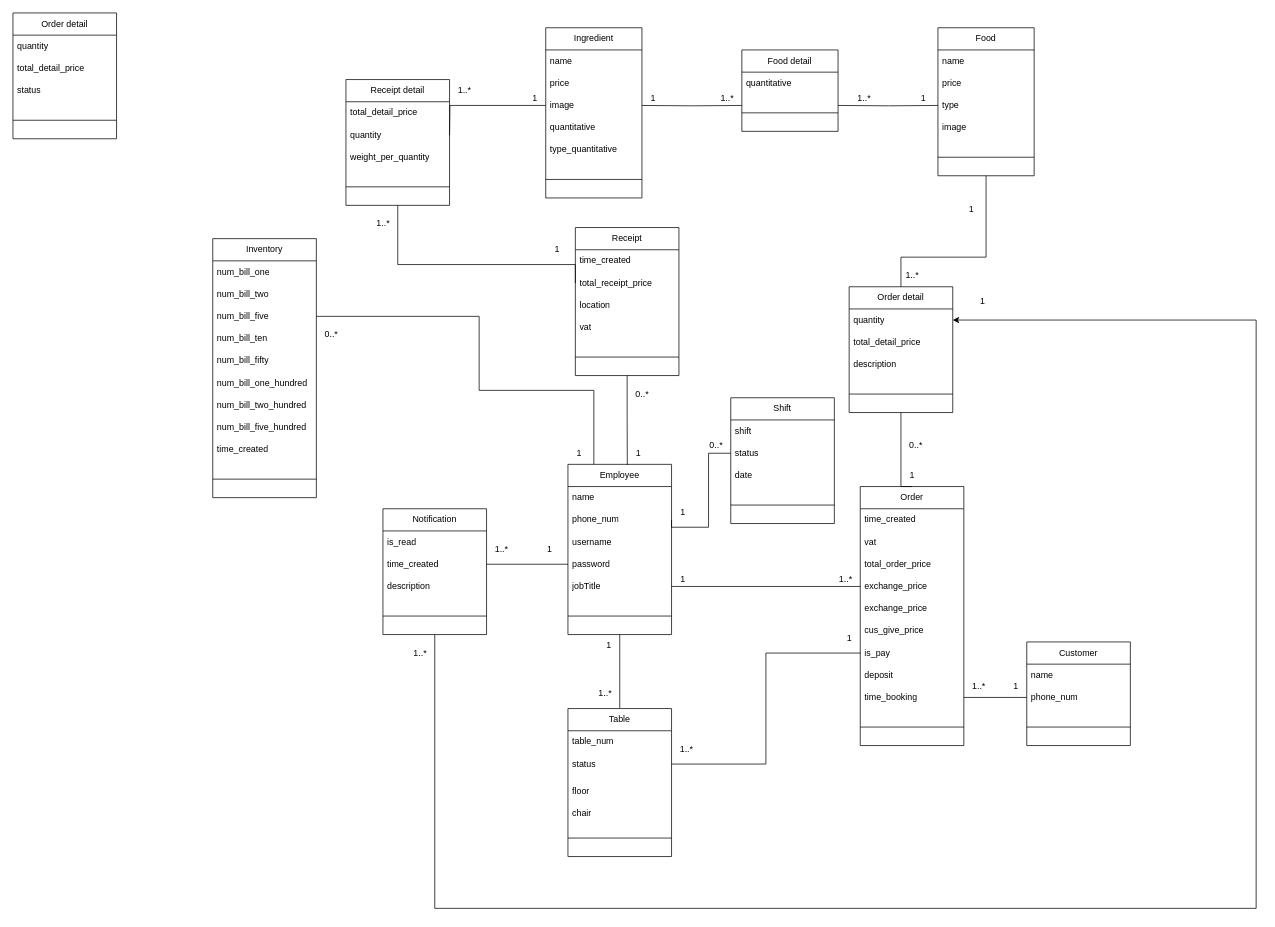
Before: class-diagram.drawio in MaiNhatHoangY2001/HLFood, a draw.io diagram. Source tidied: cells renumbered, new cells numbered last; positions are measured from the earlier drawing's top-left corner, leaving out a move shared by most shapes. Both pictures are drawn from the tidied source at 74%, with x=0, y=0 at pixel (13, 13).
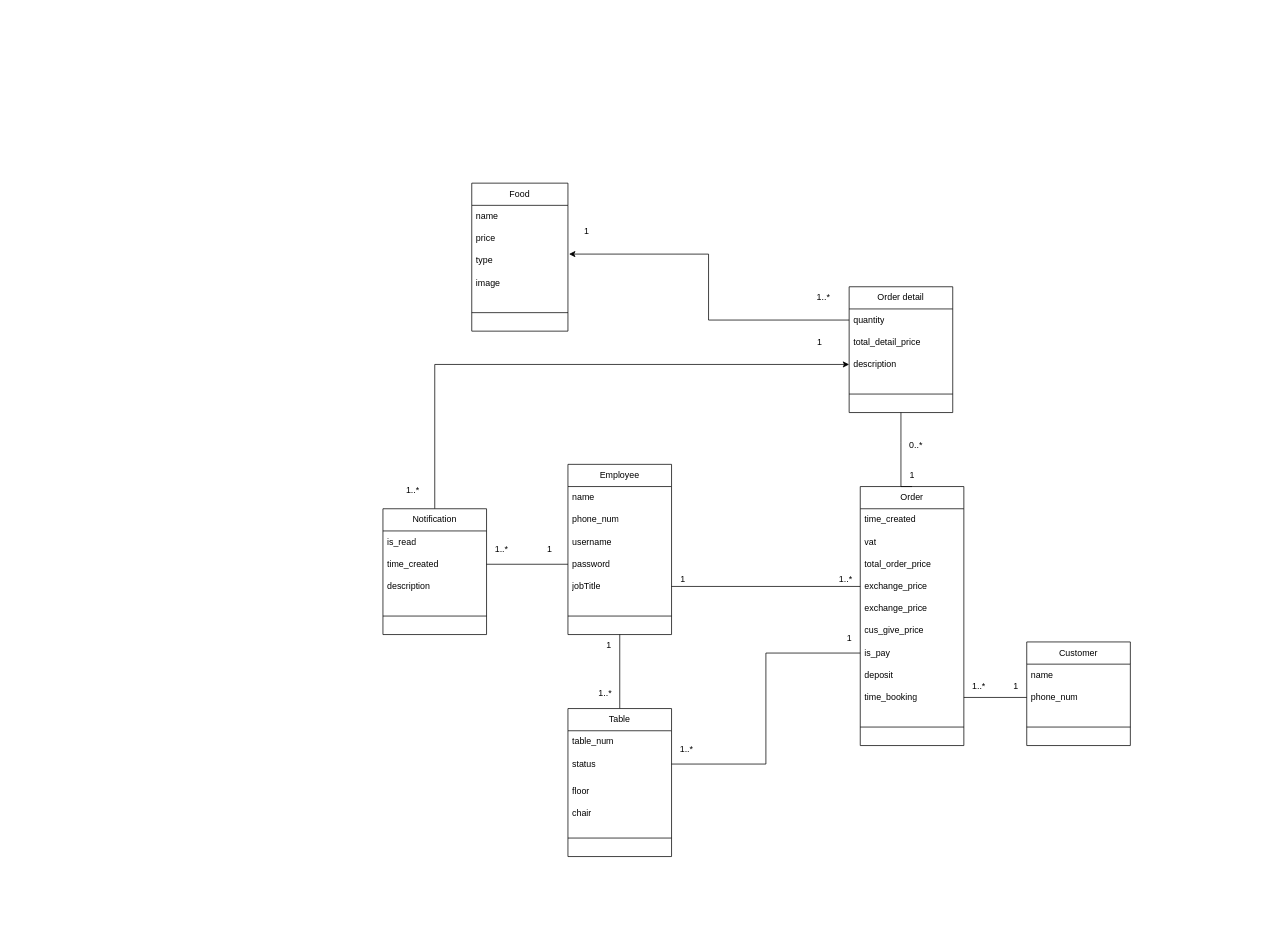
Above is the later version.

Commit message:
Cập nhật class-diagram.drawio

The change refers to these unchanged cells:
```xml
<mxCell id="2" value="Employee" style="swimlane;fontStyle=0;horizontal=1;startSize=30;whiteSpace=wrap;html=1;" parent="1" vertex="1">
  <mxGeometry x="750" y="610" width="140" height="230" as="geometry" />
</mxCell>
<mxCell id="4" value="phone_num" style="text;strokeColor=none;fillColor=none;align=left;verticalAlign=middle;spacingLeft=4;spacingRight=4;overflow=hidden;points=[[0,0.5],[1,0.5]];portConstraint=eastwest;whiteSpace=wrap;html=1;" parent="2" vertex="1">
  <mxGeometry y="60" width="140" height="30" as="geometry" />
</mxCell>
<mxCell id="12" value="type" style="text;strokeColor=none;fillColor=none;align=left;verticalAlign=middle;spacingLeft=4;spacingRight=4;overflow=hidden;points=[[0,0.5],[1,0.5]];portConstraint=eastwest;whiteSpace=wrap;html=1;" parent="9" vertex="1">
  <mxGeometry y="90" width="130" height="30" as="geometry" />
</mxCell>
<mxCell id="26" value="Order detail" style="swimlane;fontStyle=0;horizontal=1;startSize=30;whiteSpace=wrap;html=1;" parent="1" vertex="1">
  <mxGeometry x="1130" y="370" width="140" height="170" as="geometry" />
</mxCell>
<mxCell id="27" value="quantity" style="text;strokeColor=none;fillColor=none;align=left;verticalAlign=middle;spacingLeft=4;spacingRight=4;overflow=hidden;points=[[0,0.5],[1,0.5]];portConstraint=eastwest;whiteSpace=wrap;html=1;" parent="26" vertex="1">
  <mxGeometry y="30" width="140" height="30" as="geometry" />
</mxCell>
<mxCell id="29" value="description" style="text;strokeColor=none;fillColor=none;align=left;verticalAlign=middle;spacingLeft=4;spacingRight=4;overflow=hidden;points=[[0,0.5],[1,0.5]];portConstraint=eastwest;whiteSpace=wrap;html=1;" parent="26" vertex="1">
  <mxGeometry y="90" width="140" height="30" as="geometry" />
</mxCell>
<mxCell id="113" value="Notification" style="swimlane;fontStyle=0;horizontal=1;startSize=30;whiteSpace=wrap;html=1;" parent="1" vertex="1">
  <mxGeometry x="500" y="670" width="140" height="170" as="geometry" />
</mxCell>
```

What changed in the source:
```diff
@@
     <mxCell id="9" value="Food" style="swimlane;fontStyle=0;horizontal=1;startSize=30;whiteSpace=wrap;html=1;" parent="1" vertex="1">
-      <mxGeometry x="1250" y="20" width="130" height="200" as="geometry" />
+      <mxGeometry x="620" y="230" width="130" height="200" as="geometry" />
     </mxCell>
@@
-    <mxCell id="31" style="edgeStyle=orthogonalEdgeStyle;rounded=0;jettySize=auto;html=1;entryX=0.5;entryY=0;entryDx=0;entryDy=0;endArrow=none;endFill=0;exitX=0.5;exitY=1;exitDx=0;exitDy=0;" parent="1" edge="1" source="9" target="26">
-      <mxGeometry relative="1" as="geometry">
-        <Array as="points">
-          <mxPoint x="1315" y="330" />
-          <mxPoint x="1200" y="330" />
-        </Array>
-      </mxGeometry>
-    </mxCell>
@@
-    <mxCell id="37" value="1" style="text;html=1;align=center;verticalAlign=middle;strokeColor=none;fillColor=none;" parent="1" vertex="1">
-      <mxGeometry x="850" y="100" width="30" height="30" as="geometry" />
-    </mxCell>
     <mxCell id="38" value="1..*" style="text;html=1;align=center;verticalAlign=middle;strokeColor=none;fillColor=none;" parent="1" vertex="1">
-      <mxGeometry x="1195" y="340" width="40" height="30" as="geometry" />
+      <mxGeometry x="1075" y="370" width="40" height="30" as="geometry" />
     </mxCell>
@@
-    <mxCell id="55" value="Shift" style="swimlane;fontStyle=0;horizontal=1;startSize=30;whiteSpace=wrap;html=1;" parent="1" vertex="1">
-      <mxGeometry x="970" y="520" width="140" height="170" as="geometry" />
-    </mxCell>
-    <mxCell id="56" value="shift" style="text;strokeColor=none;fillColor=none;align=left;verticalAlign=middle;spacingLeft=4;spacingRight=4;overflow=hidden;whiteSpace=wrap;html=1;" parent="55" vertex="1">
-      <mxGeometry y="30" width="140" height="30" as="geometry" />
-    </mxCell>
-    <mxCell id="57" value="status" style="text;strokeColor=none;fillColor=none;align=left;verticalAlign=middle;spacingLeft=4;spacingRight=4;overflow=hidden;whiteSpace=wrap;html=1;" parent="55" vertex="1">
-      <mxGeometry y="60" width="140" height="30" as="geometry" />
-    </mxCell>
-    <mxCell id="58" value="date" style="text;strokeColor=none;fillColor=none;align=left;verticalAlign=middle;spacingLeft=4;spacingRight=4;overflow=hidden;whiteSpace=wrap;html=1;" parent="55" vertex="1">
-      <mxGeometry y="90" width="140" height="30" as="geometry" />
-    </mxCell>
-    <mxCell id="59" style="line;html=1;strokeWidth=1;align=left;verticalAlign=middle;spacingTop=-1;spacingLeft=3;spacingRight=3;labelPosition=right;" parent="55" vertex="1">
-      <mxGeometry y="120" width="140" height="50" as="geometry" />
-    </mxCell>
-    <mxCell id="60" style="edgeStyle=orthogonalEdgeStyle;rounded=0;jettySize=auto;html=1;exitX=1;exitY=0.5;exitDx=0;exitDy=0;entryX=0;entryY=0.5;entryDx=0;entryDy=0;endArrow=none;endFill=0;" parent="1" edge="1" source="4">
-      <mxGeometry relative="1" as="geometry">
-        <mxPoint x="970" y="595" as="targetPoint" />
-        <Array as="points">
-          <mxPoint x="940" y="695" />
-          <mxPoint x="940" y="595" />
-        </Array>
-      </mxGeometry>
-    </mxCell>
-    <mxCell id="61" value="1" style="text;html=1;align=center;verticalAlign=middle;strokeColor=none;fillColor=none;" parent="1" vertex="1">
-      <mxGeometry x="890" y="660" width="30" height="30" as="geometry" />
-    </mxCell>
-    <mxCell id="62" value="0..*" style="text;html=1;align=center;verticalAlign=middle;strokeColor=none;fillColor=none;" parent="1" vertex="1">
-      <mxGeometry x="930" y="570" width="40" height="30" as="geometry" />
-    </mxCell>
@@
-    <mxCell id="64" style="edgeStyle=orthogonalEdgeStyle;rounded=0;jettySize=auto;html=1;exitX=0.5;exitY=1;exitDx=0;exitDy=0;entryX=0.573;entryY=0.004;entryDx=0;entryDy=0;entryPerimeter=0;endArrow=none;endFill=0;" parent="1" edge="1" source="65" target="2">
-      <mxGeometry relative="1" as="geometry" />
-    </mxCell>
-    <mxCell id="65" value="Receipt" style="swimlane;fontStyle=0;horizontal=1;startSize=30;whiteSpace=wrap;html=1;" parent="1" vertex="1">
-      <mxGeometry x="760" y="290" width="140" height="200" as="geometry" />
-    </mxCell>
-    <mxCell id="66" value="time_created" style="text;strokeColor=none;fillColor=none;align=left;verticalAlign=middle;spacingLeft=4;spacingRight=4;overflow=hidden;whiteSpace=wrap;html=1;" parent="65" vertex="1">
-      <mxGeometry y="30" width="140" height="30" as="geometry" />
-    </mxCell>
-    <mxCell id="67" value="total_receipt_price" style="text;strokeColor=none;fillColor=none;align=left;verticalAlign=middle;spacingLeft=4;spacingRight=4;overflow=hidden;whiteSpace=wrap;html=1;" parent="65" vertex="1">
-      <mxGeometry y="60" width="140" height="30" as="geometry" />
-    </mxCell>
-    <mxCell id="68" value="location" style="text;strokeColor=none;fillColor=none;align=left;verticalAlign=middle;spacingLeft=4;spacingRight=4;overflow=hidden;whiteSpace=wrap;html=1;" parent="65" vertex="1">
-      <mxGeometry y="90" width="140" height="30" as="geometry" />
-    </mxCell>
-    <mxCell id="69" value="vat" style="text;strokeColor=none;fillColor=none;align=left;verticalAlign=middle;spacingLeft=4;spacingRight=4;overflow=hidden;whiteSpace=wrap;html=1;" parent="65" vertex="1">
-      <mxGeometry y="120" width="140" height="30" as="geometry" />
-    </mxCell>
-    <mxCell id="70" style="line;html=1;strokeWidth=1;align=left;verticalAlign=middle;spacingTop=-1;spacingLeft=3;spacingRight=3;labelPosition=right;" parent="65" vertex="1">
-      <mxGeometry y="150" width="140" height="50" as="geometry" />
-    </mxCell>
-    <mxCell id="71" value="Ingredient" style="swimlane;fontStyle=0;horizontal=1;startSize=30;whiteSpace=wrap;html=1;" parent="1" vertex="1">
-      <mxGeometry x="720" y="20" width="130" height="230" as="geometry" />
-    </mxCell>
-    <mxCell id="72" value="name" style="text;strokeColor=none;fillColor=none;align=left;verticalAlign=middle;spacingLeft=4;spacingRight=4;overflow=hidden;whiteSpace=wrap;html=1;" parent="71" vertex="1">
-      <mxGeometry y="30" width="130" height="30" as="geometry" />
-    </mxCell>
-    <mxCell id="73" value="price" style="text;strokeColor=none;fillColor=none;align=left;verticalAlign=middle;spacingLeft=4;spacingRight=4;overflow=hidden;whiteSpace=wrap;html=1;" parent="71" vertex="1">
-      <mxGeometry y="60" width="130" height="30" as="geometry" />
-    </mxCell>
-    <mxCell id="74" value="image" style="text;strokeColor=none;fillColor=none;align=left;verticalAlign=middle;spacingLeft=4;spacingRight=4;overflow=hidden;points=[[0,0.5],[1,0.5]];portConstraint=eastwest;whiteSpace=wrap;html=1;" parent="71" vertex="1">
-      <mxGeometry y="90" width="130" height="30" as="geometry" />
-    </mxCell>
-    <mxCell id="75" value="quantitative" style="text;strokeColor=none;fillColor=none;align=left;verticalAlign=middle;spacingLeft=4;spacingRight=4;overflow=hidden;whiteSpace=wrap;html=1;" parent="71" vertex="1">
-      <mxGeometry y="120" width="130" height="30" as="geometry" />
-    </mxCell>
-    <mxCell id="76" value="type_quantitative" style="text;strokeColor=none;fillColor=none;align=left;verticalAlign=middle;spacingLeft=4;spacingRight=4;overflow=hidden;whiteSpace=wrap;html=1;" parent="71" vertex="1">
-      <mxGeometry y="150" width="130" height="30" as="geometry" />
-    </mxCell>
-    <mxCell id="77" style="line;html=1;strokeWidth=1;align=left;verticalAlign=middle;spacingTop=-1;spacingLeft=3;spacingRight=3;labelPosition=right;" parent="71" vertex="1">
-      <mxGeometry y="180" width="130" height="50" as="geometry" />
-    </mxCell>
-    <mxCell id="78" value="Order detail" style="swimlane;fontStyle=0;horizontal=1;startSize=30;whiteSpace=wrap;html=1;" parent="1" vertex="1">
-      <mxGeometry width="140" height="170" as="geometry" />
-    </mxCell>
-    <mxCell id="79" value="quantity" style="text;strokeColor=none;fillColor=none;align=left;verticalAlign=middle;spacingLeft=4;spacingRight=4;overflow=hidden;whiteSpace=wrap;html=1;" parent="78" vertex="1">
-      <mxGeometry y="30" width="140" height="30" as="geometry" />
-    </mxCell>
-    <mxCell id="80" value="total_detail_price" style="text;strokeColor=none;fillColor=none;align=left;verticalAlign=middle;spacingLeft=4;spacingRight=4;overflow=hidden;whiteSpace=wrap;html=1;" parent="78" vertex="1">
-      <mxGeometry y="60" width="140" height="30" as="geometry" />
-    </mxCell>
-    <mxCell id="81" value="status" style="text;strokeColor=none;fillColor=none;align=left;verticalAlign=middle;spacingLeft=4;spacingRight=4;overflow=hidden;whiteSpace=wrap;html=1;" parent="78" vertex="1">
-      <mxGeometry y="90" width="140" height="30" as="geometry" />
-    </mxCell>
-    <mxCell id="82" style="line;html=1;strokeWidth=1;align=left;verticalAlign=middle;spacingTop=-1;spacingLeft=3;spacingRight=3;labelPosition=right;" parent="78" vertex="1">
-      <mxGeometry y="120" width="140" height="50" as="geometry" />
-    </mxCell>
-    <mxCell id="83" value="1..*" style="text;html=1;align=center;verticalAlign=middle;strokeColor=none;fillColor=none;" parent="1" vertex="1">
-      <mxGeometry x="945" y="100" width="40" height="30" as="geometry" />
-    </mxCell>
     <mxCell id="84" value="1" style="text;html=1;align=center;verticalAlign=middle;strokeColor=none;fillColor=none;" parent="1" vertex="1">
-      <mxGeometry x="1280" y="250" width="30" height="30" as="geometry" />
+      <mxGeometry x="760" y="280" width="30" height="30" as="geometry" />
     </mxCell>
-    <mxCell id="85" value="Receipt&amp;nbsp;detail" style="swimlane;fontStyle=0;horizontal=1;startSize=30;whiteSpace=wrap;html=1;" parent="1" vertex="1">
-      <mxGeometry x="450" y="90" width="140" height="170" as="geometry" />
-    </mxCell>
-    <mxCell id="86" value="total_detail_price" style="text;strokeColor=none;fillColor=none;align=left;verticalAlign=middle;spacingLeft=4;spacingRight=4;overflow=hidden;whiteSpace=wrap;html=1;" parent="85" vertex="1">
-      <mxGeometry y="30" width="140" height="30" as="geometry" />
-    </mxCell>
-    <mxCell id="87" value="quantity" style="text;strokeColor=none;fillColor=none;align=left;verticalAlign=middle;spacingLeft=4;spacingRight=4;overflow=hidden;whiteSpace=wrap;html=1;" parent="85" vertex="1">
-      <mxGeometry y="60" width="140" height="30" as="geometry" />
-    </mxCell>
-    <mxCell id="88" value="weight_per_quantity" style="text;strokeColor=none;fillColor=none;align=left;verticalAlign=middle;spacingLeft=4;spacingRight=4;overflow=hidden;whiteSpace=wrap;html=1;" parent="85" vertex="1">
-      <mxGeometry y="90" width="140" height="30" as="geometry" />
-    </mxCell>
-    <mxCell id="89" style="line;html=1;strokeWidth=1;align=left;verticalAlign=middle;spacingTop=-1;spacingLeft=3;spacingRight=3;labelPosition=right;" parent="85" vertex="1">
-      <mxGeometry y="120" width="140" height="50" as="geometry" />
-    </mxCell>
-    <mxCell id="90" style="edgeStyle=orthogonalEdgeStyle;rounded=0;jettySize=auto;html=1;exitX=1;exitY=0.5;exitDx=0;exitDy=0;entryX=0;entryY=0.5;entryDx=0;entryDy=0;endArrow=none;endFill=0;" parent="1" edge="1" target="74">
-      <mxGeometry relative="1" as="geometry">
-        <mxPoint x="590" y="165" as="sourcePoint" />
-      </mxGeometry>
-    </mxCell>
-    <mxCell id="91" style="edgeStyle=orthogonalEdgeStyle;rounded=0;jettySize=auto;html=1;exitX=0;exitY=0.5;exitDx=0;exitDy=0;entryX=0.5;entryY=1;entryDx=0;entryDy=0;endArrow=none;endFill=0;" parent="1" edge="1" target="85">
-      <mxGeometry relative="1" as="geometry">
-        <mxPoint x="760" y="365" as="sourcePoint" />
-        <Array as="points">
-          <mxPoint x="760" y="340" />
-          <mxPoint x="520" y="340" />
-        </Array>
-      </mxGeometry>
-    </mxCell>
-    <mxCell id="92" value="1" style="text;html=1;align=center;verticalAlign=middle;strokeColor=none;fillColor=none;" parent="1" vertex="1">
-      <mxGeometry x="690" y="100" width="30" height="30" as="geometry" />
-    </mxCell>
-    <mxCell id="93" value="1..*" style="text;html=1;align=center;verticalAlign=middle;strokeColor=none;fillColor=none;" parent="1" vertex="1">
-      <mxGeometry x="590" y="90" width="40" height="30" as="geometry" />
-    </mxCell>
-    <mxCell id="94" value="1" style="text;html=1;align=center;verticalAlign=middle;strokeColor=none;fillColor=none;" parent="1" vertex="1">
-      <mxGeometry x="720" y="305" width="30" height="30" as="geometry" />
-    </mxCell>
-    <mxCell id="95" value="1..*" style="text;html=1;align=center;verticalAlign=middle;strokeColor=none;fillColor=none;" parent="1" vertex="1">
-      <mxGeometry x="480" y="270" width="40" height="30" as="geometry" />
-    </mxCell>
-    <mxCell id="96" value="1" style="text;html=1;align=center;verticalAlign=middle;strokeColor=none;fillColor=none;" parent="1" vertex="1">
-      <mxGeometry x="830" y="580" width="30" height="30" as="geometry" />
-    </mxCell>
-    <mxCell id="97" value="0..*" style="text;html=1;align=center;verticalAlign=middle;strokeColor=none;fillColor=none;" parent="1" vertex="1">
-      <mxGeometry x="830" y="500" width="40" height="30" as="geometry" />
-    </mxCell>
-    <mxCell id="98" value="Inventory" style="swimlane;fontStyle=0;horizontal=1;startSize=30;whiteSpace=wrap;html=1;" parent="1" vertex="1">
-      <mxGeometry x="270" y="305" width="140" height="350" as="geometry" />
-    </mxCell>
-    <mxCell id="99" value="num_bill_one" style="text;strokeColor=none;fillColor=none;align=left;verticalAlign=middle;spacingLeft=4;spacingRight=4;overflow=hidden;whiteSpace=wrap;html=1;" parent="98" vertex="1">
-      <mxGeometry y="30" width="140" height="30" as="geometry" />
-    </mxCell>
-    <mxCell id="100" value="num_bill_two" style="text;strokeColor=none;fillColor=none;align=left;verticalAlign=middle;spacingLeft=4;spacingRight=4;overflow=hidden;whiteSpace=wrap;html=1;" parent="98" vertex="1">
-      <mxGeometry y="60" width="140" height="30" as="geometry" />
-    </mxCell>
-    <mxCell id="101" value="num_bill_five" style="text;strokeColor=none;fillColor=none;align=left;verticalAlign=middle;spacingLeft=4;spacingRight=4;overflow=hidden;points=[[0,0.5],[1,0.5]];portConstraint=eastwest;whiteSpace=wrap;html=1;" parent="98" vertex="1">
-      <mxGeometry y="90" width="140" height="30" as="geometry" />
-    </mxCell>
-    <mxCell id="102" value="num_bill_ten" style="text;strokeColor=none;fillColor=none;align=left;verticalAlign=middle;spacingLeft=4;spacingRight=4;overflow=hidden;whiteSpace=wrap;html=1;" parent="98" vertex="1">
-      <mxGeometry y="120" width="140" height="30" as="geometry" />
-    </mxCell>
-    <mxCell id="103" value="num_bill_fifty" style="text;strokeColor=none;fillColor=none;align=left;verticalAlign=middle;spacingLeft=4;spacingRight=4;overflow=hidden;whiteSpace=wrap;html=1;" parent="98" vertex="1">
-      <mxGeometry y="150" width="140" height="30" as="geometry" />
-    </mxCell>
-    <mxCell id="104" value="num_bill_one_hundred" style="text;strokeColor=none;fillColor=none;align=left;verticalAlign=middle;spacingLeft=4;spacingRight=4;overflow=hidden;whiteSpace=wrap;html=1;" parent="98" vertex="1">
-      <mxGeometry y="180" width="140" height="30" as="geometry" />
-    </mxCell>
-    <mxCell id="105" value="num_bill_two_hundred" style="text;strokeColor=none;fillColor=none;align=left;verticalAlign=middle;spacingLeft=4;spacingRight=4;overflow=hidden;whiteSpace=wrap;html=1;" parent="98" vertex="1">
-      <mxGeometry y="210" width="140" height="30" as="geometry" />
-    </mxCell>
-    <mxCell id="106" value="num_bill_five_hundred" style="text;strokeColor=none;fillColor=none;align=left;verticalAlign=middle;spacingLeft=4;spacingRight=4;overflow=hidden;whiteSpace=wrap;html=1;" parent="98" vertex="1">
-      <mxGeometry y="240" width="140" height="30" as="geometry" />
-    </mxCell>
-    <mxCell id="107" value="time_created" style="text;strokeColor=none;fillColor=none;align=left;verticalAlign=middle;spacingLeft=4;spacingRight=4;overflow=hidden;whiteSpace=wrap;html=1;" parent="98" vertex="1">
-      <mxGeometry y="270" width="140" height="30" as="geometry" />
-    </mxCell>
-    <mxCell id="108" style="line;html=1;strokeWidth=1;align=left;verticalAlign=middle;spacingTop=-1;spacingLeft=3;spacingRight=3;labelPosition=right;" parent="98" vertex="1">
-      <mxGeometry y="300" width="140" height="50" as="geometry" />
-    </mxCell>
-    <mxCell id="109" style="edgeStyle=orthogonalEdgeStyle;rounded=0;jettySize=auto;html=1;exitX=1;exitY=0.5;exitDx=0;exitDy=0;entryX=0.25;entryY=0;entryDx=0;entryDy=0;endArrow=none;endFill=0;" parent="1" edge="1" source="101" target="2">
-      <mxGeometry relative="1" as="geometry">
-        <Array as="points">
-          <mxPoint x="630" y="410" />
-          <mxPoint x="630" y="510" />
-          <mxPoint x="785" y="510" />
-        </Array>
-      </mxGeometry>
-    </mxCell>
@@
-    <mxCell id="111" value="0..*" style="text;html=1;align=center;verticalAlign=middle;strokeColor=none;fillColor=none;" parent="1" vertex="1">
-      <mxGeometry x="410" y="420" width="40" height="30" as="geometry" />
-    </mxCell>
-    <mxCell id="112" style="edgeStyle=orthogonalEdgeStyle;rounded=0;jettySize=auto;html=1;exitX=0.5;exitY=1;exitDx=0;exitDy=0;entryX=1;entryY=0.5;entryDx=0;entryDy=0;" parent="1" edge="1" source="113" target="27">
-      <mxGeometry relative="1" as="geometry">
-        <Array as="points">
-          <mxPoint x="570" y="1210" />
-          <mxPoint x="1680" y="1210" />
-          <mxPoint x="1680" y="415" />
-        </Array>
-      </mxGeometry>
-    </mxCell>
+    <mxCell id="133" style="edgeStyle=orthogonalEdgeStyle;rounded=0;jettySize=auto;html=1;exitX=0.5;exitY=0;exitDx=0;exitDy=0;entryX=0;entryY=0.5;entryDx=0;entryDy=0;" parent="1" edge="1" source="113" target="29">
+      <mxGeometry relative="1" as="geometry" />
+    </mxCell>
@@
-    <mxCell id="118" value="Food detail" style="swimlane;fontStyle=0;horizontal=1;startSize=30;whiteSpace=wrap;html=1;" parent="1" vertex="1">
-      <mxGeometry x="985" y="50" width="130" height="110" as="geometry" />
-    </mxCell>
-    <mxCell id="119" value="quantitative" style="text;strokeColor=none;fillColor=none;align=left;verticalAlign=middle;spacingLeft=4;spacingRight=4;overflow=hidden;whiteSpace=wrap;html=1;" parent="118" vertex="1">
-      <mxGeometry y="30" width="130" height="30" as="geometry" />
-    </mxCell>
-    <mxCell id="120" style="line;html=1;strokeWidth=1;align=left;verticalAlign=middle;spacingTop=-1;spacingLeft=3;spacingRight=3;labelPosition=right;" parent="118" vertex="1">
-      <mxGeometry y="60" width="130" height="50" as="geometry" />
-    </mxCell>
-    <mxCell id="121" style="edgeStyle=orthogonalEdgeStyle;rounded=0;jettySize=auto;html=1;exitX=0;exitY=0.5;exitDx=0;exitDy=0;entryX=1;entryY=0.5;entryDx=0;entryDy=0;endArrow=none;endFill=0;" parent="1" edge="1" target="74">
-      <mxGeometry relative="1" as="geometry">
-        <mxPoint x="985" y="125" as="sourcePoint" />
-      </mxGeometry>
-    </mxCell>
-    <mxCell id="122" style="edgeStyle=orthogonalEdgeStyle;rounded=0;jettySize=auto;html=1;exitX=1;exitY=0.5;exitDx=0;exitDy=0;entryX=0;entryY=0.5;entryDx=0;entryDy=0;endArrow=none;endFill=0;" parent="1" edge="1" target="12">
-      <mxGeometry relative="1" as="geometry">
-        <mxPoint x="1115" y="125" as="sourcePoint" />
-      </mxGeometry>
-    </mxCell>
-    <mxCell id="123" value="1" style="text;html=1;align=center;verticalAlign=middle;strokeColor=none;fillColor=none;" parent="1" vertex="1">
-      <mxGeometry x="1215" y="100" width="30" height="30" as="geometry" />
-    </mxCell>
-    <mxCell id="124" value="1..*" style="text;html=1;align=center;verticalAlign=middle;strokeColor=none;fillColor=none;" parent="1" vertex="1">
-      <mxGeometry x="1130" y="100" width="40" height="30" as="geometry" />
-    </mxCell>
@@
     <mxCell id="128" value="1" style="text;html=1;align=center;verticalAlign=middle;strokeColor=none;fillColor=none;" parent="1" vertex="1">
-      <mxGeometry x="1295" y="375" width="30" height="30" as="geometry" />
+      <mxGeometry x="1075" y="430" width="30" height="30" as="geometry" />
     </mxCell>
@@
     <mxCell id="131" value="1..*" style="text;html=1;align=center;verticalAlign=middle;strokeColor=none;fillColor=none;" parent="1" vertex="1">
-      <mxGeometry x="530" y="850" width="40" height="30" as="geometry" />
+      <mxGeometry x="520" y="630" width="40" height="30" as="geometry" />
     </mxCell>
-    <mxCell id="132" value="1" style="text;html=1;align=center;verticalAlign=middle;strokeColor=none;fillColor=none;" parent="1" vertex="1">
-      <mxGeometry x="750" y="580" width="30" height="30" as="geometry" />
-    </mxCell>
+    <mxCell id="134" style="edgeStyle=orthogonalEdgeStyle;rounded=0;jettySize=auto;html=1;exitX=0;exitY=0.5;exitDx=0;exitDy=0;entryX=1.011;entryY=0.195;entryDx=0;entryDy=0;entryPerimeter=0;" parent="1" edge="1" source="27" target="12">
+      <mxGeometry relative="1" as="geometry" />
+    </mxCell>
```
